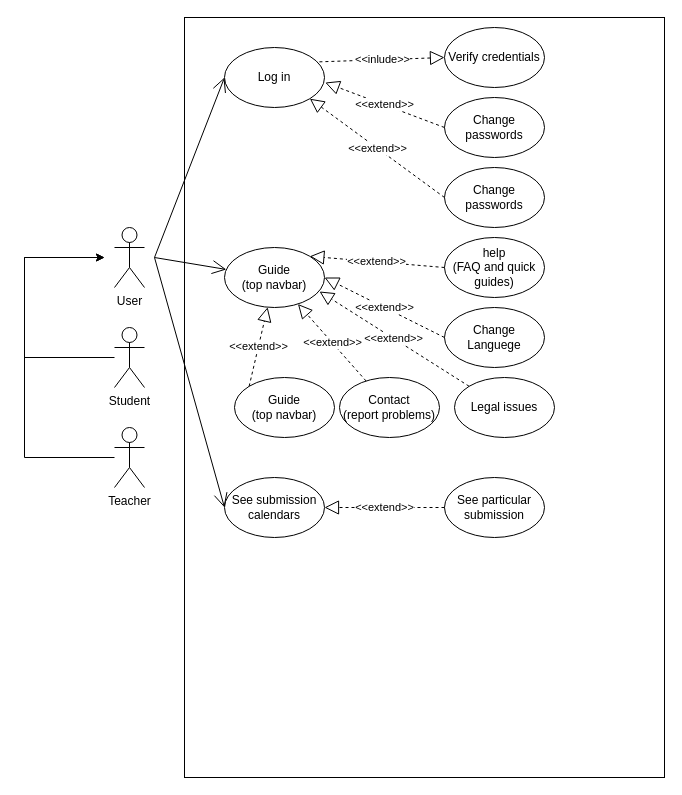
This is 2nd_year/software engineering/Individual assignment/Use case diagram.drawio from AGPFVEN/uc3m, a draw.io file, before an edit. Source tidied: cells renumbered, new cells numbered last; positions are measured from the earlier drawing's top-left corner, leaving out a move shared by most shapes. Both pictures are drawn from the tidied source at 100%, with x=0, y=0 at pixel (24, 17).
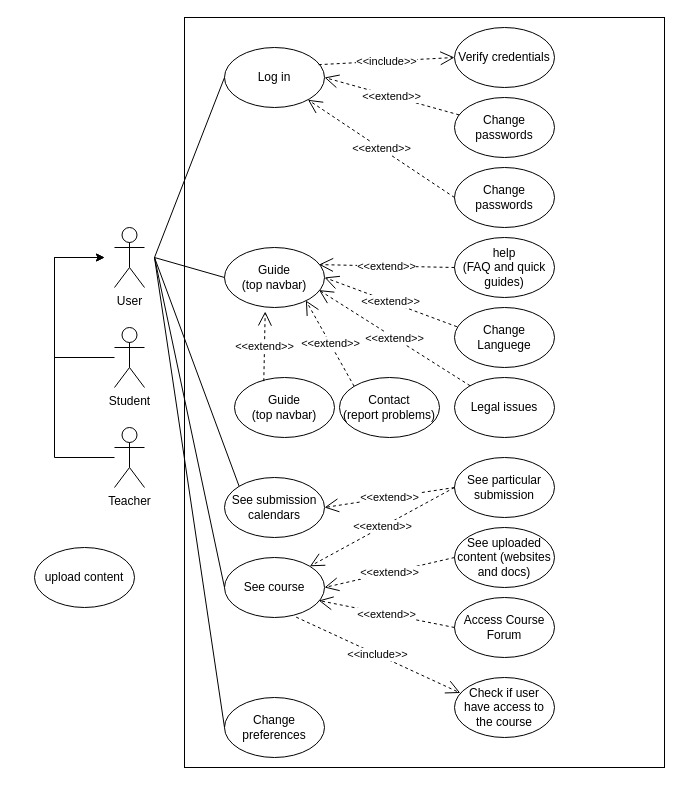
Above is the later version.

Commit message:
Provisional use case

Unchanged cells that the change refers to:
```xml
<mxCell id="4" value="Student" style="shape=umlActor;verticalLabelPosition=bottom;verticalAlign=top;html=1;outlineConnect=0;" parent="1" vertex="1">
  <mxGeometry x="90" y="310" width="30" height="60" as="geometry" />
</mxCell>
<mxCell id="5" value="Log in" style="ellipse;whiteSpace=wrap;html=1;" parent="1" vertex="1">
  <mxGeometry x="200" y="30" width="100" height="60" as="geometry" />
</mxCell>
<mxCell id="7" value="Teacher" style="shape=umlActor;verticalLabelPosition=bottom;verticalAlign=top;html=1;outlineConnect=0;" parent="1" vertex="1">
  <mxGeometry x="90" y="410" width="30" height="60" as="geometry" />
</mxCell>
<mxCell id="16" value="Guide&lt;br&gt;(top navbar)" style="ellipse;whiteSpace=wrap;html=1;" parent="1" vertex="1">
  <mxGeometry x="200" y="230" width="100" height="60" as="geometry" />
</mxCell>
<mxCell id="19" value="Guide&lt;br&gt;(top navbar)" style="ellipse;whiteSpace=wrap;html=1;" parent="1" vertex="1">
  <mxGeometry x="210" y="360" width="100" height="60" as="geometry" />
</mxCell>
<mxCell id="20" value="Contact&lt;br&gt;(report problems)" style="ellipse;whiteSpace=wrap;html=1;" parent="1" vertex="1">
  <mxGeometry x="315" y="360" width="100" height="60" as="geometry" />
</mxCell>
<mxCell id="21" value="Legal issues" style="ellipse;whiteSpace=wrap;html=1;" parent="1" vertex="1">
  <mxGeometry x="430" y="360" width="100" height="60" as="geometry" />
</mxCell>
```

Change to the diagram source:
```diff
@@
     <mxCell id="2" style="rounded=0;whiteSpace=wrap;html=1;" parent="1" vertex="1">
-      <mxGeometry x="160" width="480" height="760" as="geometry" />
+      <mxGeometry x="160" width="480" height="750" as="geometry" />
     </mxCell>
     <mxCell id="3" style="edgeStyle=orthogonalEdgeStyle;rounded=0;jettySize=auto;html=1;" parent="1" edge="1" source="4">
       <mxGeometry relative="1" as="geometry">
         <mxPoint x="80" y="240" as="targetPoint" />
         <Array as="points">
-          <mxPoint y="340" />
-          <mxPoint y="240" />
+          <mxPoint x="30" y="340" />
+          <mxPoint x="30" y="240" />
         </Array>
       </mxGeometry>
     </mxCell>
@@
     <mxCell id="6" style="edgeStyle=orthogonalEdgeStyle;rounded=0;jettySize=auto;html=1;" parent="1" edge="1" source="7">
       <mxGeometry relative="1" as="geometry">
         <mxPoint x="80" y="240" as="targetPoint" />
         <Array as="points">
-          <mxPoint y="440" />
-          <mxPoint y="240" />
+          <mxPoint x="30" y="440" />
+          <mxPoint x="30" y="240" />
         </Array>
       </mxGeometry>
     </mxCell>
@@
-    <mxCell id="9" style="endArrow=open;endFill=1;endSize=12;html=1;rounded=0;entryX=0;entryY=0.5;entryDx=0;entryDy=0;" parent="1" edge="1" target="5">
-      <mxGeometry relative="1" as="geometry">
-        <mxPoint x="130" y="240" as="sourcePoint" />
-      </mxGeometry>
-    </mxCell>
     <mxCell id="10" value="Verify credentials" style="ellipse;whiteSpace=wrap;html=1;" parent="1" vertex="1">
-      <mxGeometry x="420" y="10" width="100" height="60" as="geometry" />
+      <mxGeometry x="430" y="10" width="100" height="60" as="geometry" />
     </mxCell>
     <mxCell id="11" value="Change passwords" style="ellipse;whiteSpace=wrap;html=1;" parent="1" vertex="1">
-      <mxGeometry x="420" y="80" width="100" height="60" as="geometry" />
+      <mxGeometry x="430" y="80" width="100" height="60" as="geometry" />
     </mxCell>
-    <mxCell id="12" value="&amp;lt;&amp;lt;inlude&amp;gt;&amp;gt;" style="endArrow=block;dashed=1;endFill=0;endSize=12;html=1;rounded=0;exitX=0.949;exitY=0.239;exitDx=0;exitDy=0;entryX=0;entryY=0.5;entryDx=0;entryDy=0;exitPerimeter=0;" parent="1" edge="1" source="5" target="10">
-      <mxGeometry relative="1" as="geometry" />
-    </mxCell>
-    <mxCell id="13" value="&amp;lt;&amp;lt;extend&amp;gt;&amp;gt;" style="endArrow=block;dashed=1;endFill=0;endSize=12;html=1;rounded=0;entryX=1.007;entryY=0.584;entryDx=0;entryDy=0;exitX=0;exitY=0.5;exitDx=0;exitDy=0;entryPerimeter=0;" parent="1" edge="1" source="11" target="5">
-      <mxGeometry relative="1" as="geometry" />
-    </mxCell>
     <mxCell id="14" value="Change passwords" style="ellipse;whiteSpace=wrap;html=1;" parent="1" vertex="1">
-      <mxGeometry x="420" y="150" width="100" height="60" as="geometry" />
+      <mxGeometry x="430" y="150" width="100" height="60" as="geometry" />
     </mxCell>
-    <mxCell id="15" value="&amp;lt;&amp;lt;extend&amp;gt;&amp;gt;" style="endArrow=block;dashed=1;endFill=0;endSize=12;html=1;rounded=0;exitX=0;exitY=0.5;exitDx=0;exitDy=0;entryX=1;entryY=1;entryDx=0;entryDy=0;" parent="1" edge="1" source="14" target="5">
-      <mxGeometry relative="1" as="geometry" />
-    </mxCell>
@@
-    <mxCell id="17" style="endArrow=open;endFill=1;endSize=12;html=1;rounded=0;" parent="1" edge="1" target="16">
-      <mxGeometry relative="1" as="geometry">
-        <mxPoint x="130" y="240" as="sourcePoint" />
-      </mxGeometry>
-    </mxCell>
     <mxCell id="18" value="Change Languege" style="ellipse;whiteSpace=wrap;html=1;" parent="1" vertex="1">
-      <mxGeometry x="420" y="290" width="100" height="60" as="geometry" />
+      <mxGeometry x="430" y="290" width="100" height="60" as="geometry" />
     </mxCell>
@@
     <mxCell id="22" value="help&lt;br&gt;(FAQ and quick guides)" style="ellipse;whiteSpace=wrap;html=1;" parent="1" vertex="1">
-      <mxGeometry x="420" y="220" width="100" height="60" as="geometry" />
+      <mxGeometry x="430" y="220" width="100" height="60" as="geometry" />
     </mxCell>
+    <mxCell id="28" value="See submission calendars" style="ellipse;whiteSpace=wrap;html=1;" parent="1" vertex="1">
+      <mxGeometry x="200" y="460" width="100" height="60" as="geometry" />
+    </mxCell>
+    <mxCell id="30" value="See particular submission" style="ellipse;whiteSpace=wrap;html=1;" parent="1" vertex="1">
+      <mxGeometry x="430" y="440" width="100" height="60" as="geometry" />
+    </mxCell>
+    <mxCell id="32" value="See course" style="ellipse;whiteSpace=wrap;html=1;" parent="1" vertex="1">
+      <mxGeometry x="200" y="540" width="100" height="60" as="geometry" />
+    </mxCell>
+    <mxCell id="33" value="See uploaded content (websites and docs)" style="ellipse;whiteSpace=wrap;html=1;" parent="1" vertex="1">
+      <mxGeometry x="430" y="510" width="100" height="60" as="geometry" />
+    </mxCell>
+    <mxCell id="34" style="endArrow=none;html=1;rounded=0;entryX=0;entryY=0.5;entryDx=0;entryDy=0;" parent="1" edge="1" target="5">
+      <mxGeometry relative="1" as="geometry">
+        <mxPoint x="130" y="240" as="sourcePoint" />
+      </mxGeometry>
+    </mxCell>
+    <mxCell id="35" style="endArrow=none;html=1;rounded=0;entryX=0;entryY=0.5;entryDx=0;entryDy=0;" parent="1" edge="1" target="16">
+      <mxGeometry relative="1" as="geometry">
+        <mxPoint x="130" y="240" as="sourcePoint" />
+      </mxGeometry>
+    </mxCell>
+    <mxCell id="36" style="endArrow=none;html=1;rounded=0;entryX=0;entryY=0;entryDx=0;entryDy=0;" parent="1" edge="1" target="28">
+      <mxGeometry relative="1" as="geometry">
+        <mxPoint x="130" y="240" as="sourcePoint" />
+      </mxGeometry>
+    </mxCell>
+    <mxCell id="37" style="endArrow=none;html=1;rounded=0;entryX=0;entryY=0.5;entryDx=0;entryDy=0;" parent="1" edge="1" target="32">
+      <mxGeometry relative="1" as="geometry">
+        <mxPoint x="130" y="240" as="sourcePoint" />
+      </mxGeometry>
+    </mxCell>
+    <mxCell id="38" value="&amp;lt;&amp;lt;include&amp;gt;&amp;gt;" style="endArrow=open;endSize=12;dashed=1;html=1;rounded=0;entryX=0.058;entryY=0.258;entryDx=0;entryDy=0;exitX=0.717;exitY=0.994;exitDx=0;exitDy=0;exitPerimeter=0;entryPerimeter=0;" parent="1" edge="1" source="32" target="46">
+      <mxGeometry relative="1" as="geometry" />
+    </mxCell>
+    <mxCell id="13" value="&amp;lt;&amp;lt;extend&amp;gt;&amp;gt;" style="endArrow=open;endSize=12;dashed=1;html=1;rounded=0;entryX=1;entryY=0.5;entryDx=0;entryDy=0;" parent="1" edge="1" source="11" target="5">
+      <mxGeometry relative="1" as="geometry" />
+    </mxCell>
+    <mxCell id="15" value="&amp;lt;&amp;lt;extend&amp;gt;&amp;gt;" style="endArrow=open;endSize=12;dashed=1;html=1;rounded=0;exitX=0;exitY=0.5;exitDx=0;exitDy=0;" parent="1" edge="1" source="14" target="5">
+      <mxGeometry relative="1" as="geometry" />
+    </mxCell>
-    <mxCell id="23" value="&amp;lt;&amp;lt;extend&amp;gt;&amp;gt;" style="endArrow=block;dashed=1;endFill=0;endSize=12;html=1;rounded=0;exitX=0;exitY=0.5;exitDx=0;exitDy=0;entryX=1;entryY=0;entryDx=0;entryDy=0;" parent="1" edge="1" source="22" target="16">
+    <mxCell id="23" value="&amp;lt;&amp;lt;extend&amp;gt;&amp;gt;" style="endArrow=open;endSize=12;dashed=1;html=1;rounded=0;exitX=0;exitY=0.5;exitDx=0;exitDy=0;entryX=0.945;entryY=0.285;entryDx=0;entryDy=0;entryPerimeter=0;" parent="1" edge="1" source="22" target="16">
       <mxGeometry relative="1" as="geometry" />
     </mxCell>
-    <mxCell id="24" value="&amp;lt;&amp;lt;extend&amp;gt;&amp;gt;" style="endArrow=block;dashed=1;endFill=0;endSize=12;html=1;rounded=0;exitX=0;exitY=0.5;exitDx=0;exitDy=0;entryX=1;entryY=0.5;entryDx=0;entryDy=0;" parent="1" edge="1" source="18" target="16">
+    <mxCell id="24" value="&amp;lt;&amp;lt;extend&amp;gt;&amp;gt;" style="endArrow=open;endSize=12;dashed=1;html=1;rounded=0;exitX=0.024;exitY=0.32;exitDx=0;exitDy=0;entryX=1;entryY=0.5;entryDx=0;entryDy=0;exitPerimeter=0;" parent="1" edge="1" source="18" target="16">
       <mxGeometry relative="1" as="geometry" />
     </mxCell>
-    <mxCell id="25" value="&amp;lt;&amp;lt;extend&amp;gt;&amp;gt;" style="endArrow=block;dashed=1;endFill=0;endSize=12;html=1;rounded=0;exitX=0;exitY=0;exitDx=0;exitDy=0;entryX=0.95;entryY=0.733;entryDx=0;entryDy=0;entryPerimeter=0;" parent="1" edge="1" source="21" target="16">
+    <mxCell id="25" value="&amp;lt;&amp;lt;extend&amp;gt;&amp;gt;" style="endArrow=open;endSize=12;dashed=1;html=1;rounded=0;entryX=0.945;entryY=0.71;entryDx=0;entryDy=0;entryPerimeter=0;" parent="1" edge="1" source="21" target="16">
       <mxGeometry relative="1" as="geometry" />
     </mxCell>
-    <mxCell id="26" value="&amp;lt;&amp;lt;extend&amp;gt;&amp;gt;" style="endArrow=block;dashed=1;endFill=0;endSize=12;html=1;rounded=0;" parent="1" edge="1" source="20" target="16">
+    <mxCell id="26" value="&amp;lt;&amp;lt;extend&amp;gt;&amp;gt;" style="endArrow=open;endSize=12;dashed=1;html=1;rounded=0;entryX=0.814;entryY=0.883;entryDx=0;entryDy=0;entryPerimeter=0;exitX=0;exitY=0;exitDx=0;exitDy=0;" parent="1" edge="1" source="20" target="16">
       <mxGeometry relative="1" as="geometry" />
     </mxCell>
-    <mxCell id="27" value="&amp;lt;&amp;lt;extend&amp;gt;&amp;gt;" style="endArrow=block;dashed=1;endFill=0;endSize=12;html=1;rounded=0;exitX=0;exitY=0;exitDx=0;exitDy=0;" parent="1" edge="1" source="19" target="16">
+    <mxCell id="27" value="&amp;lt;&amp;lt;extend&amp;gt;&amp;gt;" style="endArrow=open;endSize=12;dashed=1;html=1;rounded=0;entryX=0.407;entryY=1.067;entryDx=0;entryDy=0;exitX=0.293;exitY=0.061;exitDx=0;exitDy=0;exitPerimeter=0;entryPerimeter=0;" parent="1" edge="1" source="19" target="16">
       <mxGeometry relative="1" as="geometry" />
     </mxCell>
-    <mxCell id="28" value="See submission calendars" style="ellipse;whiteSpace=wrap;html=1;" parent="1" vertex="1">
-      <mxGeometry x="200" y="460" width="100" height="60" as="geometry" />
-    </mxCell>
-    <mxCell id="29" style="endArrow=open;endFill=1;endSize=12;html=1;rounded=0;entryX=0;entryY=0.5;entryDx=0;entryDy=0;" parent="1" edge="1" target="28">
-      <mxGeometry relative="1" as="geometry">
-        <mxPoint x="130" y="240" as="sourcePoint" />
-      </mxGeometry>
-    </mxCell>
-    <mxCell id="30" value="See particular submission" style="ellipse;whiteSpace=wrap;html=1;" parent="1" vertex="1">
-      <mxGeometry x="420" y="460" width="100" height="60" as="geometry" />
-    </mxCell>
-    <mxCell id="31" value="&amp;lt;&amp;lt;extend&amp;gt;&amp;gt;" style="endArrow=block;dashed=1;endFill=0;endSize=12;html=1;rounded=0;exitX=0;exitY=0.5;exitDx=0;exitDy=0;entryX=1;entryY=0.5;entryDx=0;entryDy=0;" parent="1" edge="1" source="30" target="28">
+    <mxCell id="31" value="&amp;lt;&amp;lt;extend&amp;gt;&amp;gt;" style="endArrow=open;endSize=12;dashed=1;html=1;rounded=0;exitX=0;exitY=0.5;exitDx=0;exitDy=0;entryX=1;entryY=0.5;entryDx=0;entryDy=0;" parent="1" edge="1" source="30" target="28">
       <mxGeometry relative="1" as="geometry" />
     </mxCell>
+    <mxCell id="39" value="&amp;lt;&amp;lt;extend&amp;gt;&amp;gt;" style="endArrow=open;endSize=12;dashed=1;html=1;rounded=0;exitX=0;exitY=0.5;exitDx=0;exitDy=0;entryX=1;entryY=0;entryDx=0;entryDy=0;" parent="1" edge="1" source="30" target="32">
+      <mxGeometry relative="1" as="geometry" />
+    </mxCell>
+    <mxCell id="40" value="&amp;lt;&amp;lt;extend&amp;gt;&amp;gt;" style="endArrow=open;endSize=12;dashed=1;html=1;rounded=0;exitX=0;exitY=0.5;exitDx=0;exitDy=0;entryX=1;entryY=0.5;entryDx=0;entryDy=0;" parent="1" edge="1" source="33" target="32">
+      <mxGeometry relative="1" as="geometry" />
+    </mxCell>
+    <mxCell id="41" value="upload content" style="ellipse;whiteSpace=wrap;html=1;" parent="1" vertex="1">
+      <mxGeometry x="10" y="530" width="100" height="60" as="geometry" />
+    </mxCell>
+    <mxCell id="42" value="Change preferences" style="ellipse;whiteSpace=wrap;html=1;" parent="1" vertex="1">
+      <mxGeometry x="200" y="680" width="100" height="60" as="geometry" />
+    </mxCell>
+    <mxCell id="43" style="endArrow=none;html=1;rounded=0;entryX=0;entryY=0.5;entryDx=0;entryDy=0;" parent="1" edge="1" target="42">
+      <mxGeometry relative="1" as="geometry">
+        <mxPoint x="130" y="240" as="sourcePoint" />
+      </mxGeometry>
+    </mxCell>
+    <mxCell id="44" value="Access Course Forum" style="ellipse;whiteSpace=wrap;html=1;" parent="1" vertex="1">
+      <mxGeometry x="430" y="580" width="100" height="60" as="geometry" />
+    </mxCell>
+    <mxCell id="45" value="&amp;lt;&amp;lt;extend&amp;gt;&amp;gt;" style="endArrow=open;endSize=12;dashed=1;html=1;rounded=0;exitX=0;exitY=0.5;exitDx=0;exitDy=0;entryX=0.942;entryY=0.717;entryDx=0;entryDy=0;entryPerimeter=0;" parent="1" edge="1" source="44" target="32">
+      <mxGeometry relative="1" as="geometry" />
+    </mxCell>
+    <mxCell id="46" value="Check if user have access to the course" style="ellipse;whiteSpace=wrap;html=1;" parent="1" vertex="1">
+      <mxGeometry x="430" y="660" width="100" height="60" as="geometry" />
+    </mxCell>
+    <mxCell id="12" value="&amp;lt;&amp;lt;include&amp;gt;&amp;gt;" style="endArrow=open;endSize=12;dashed=1;html=1;rounded=0;entryX=0;entryY=0.5;entryDx=0;entryDy=0;exitX=0.942;exitY=0.286;exitDx=0;exitDy=0;exitPerimeter=0;" parent="1" edge="1" source="5" target="10">
+      <mxGeometry relative="1" as="geometry" />
+    </mxCell>
```
